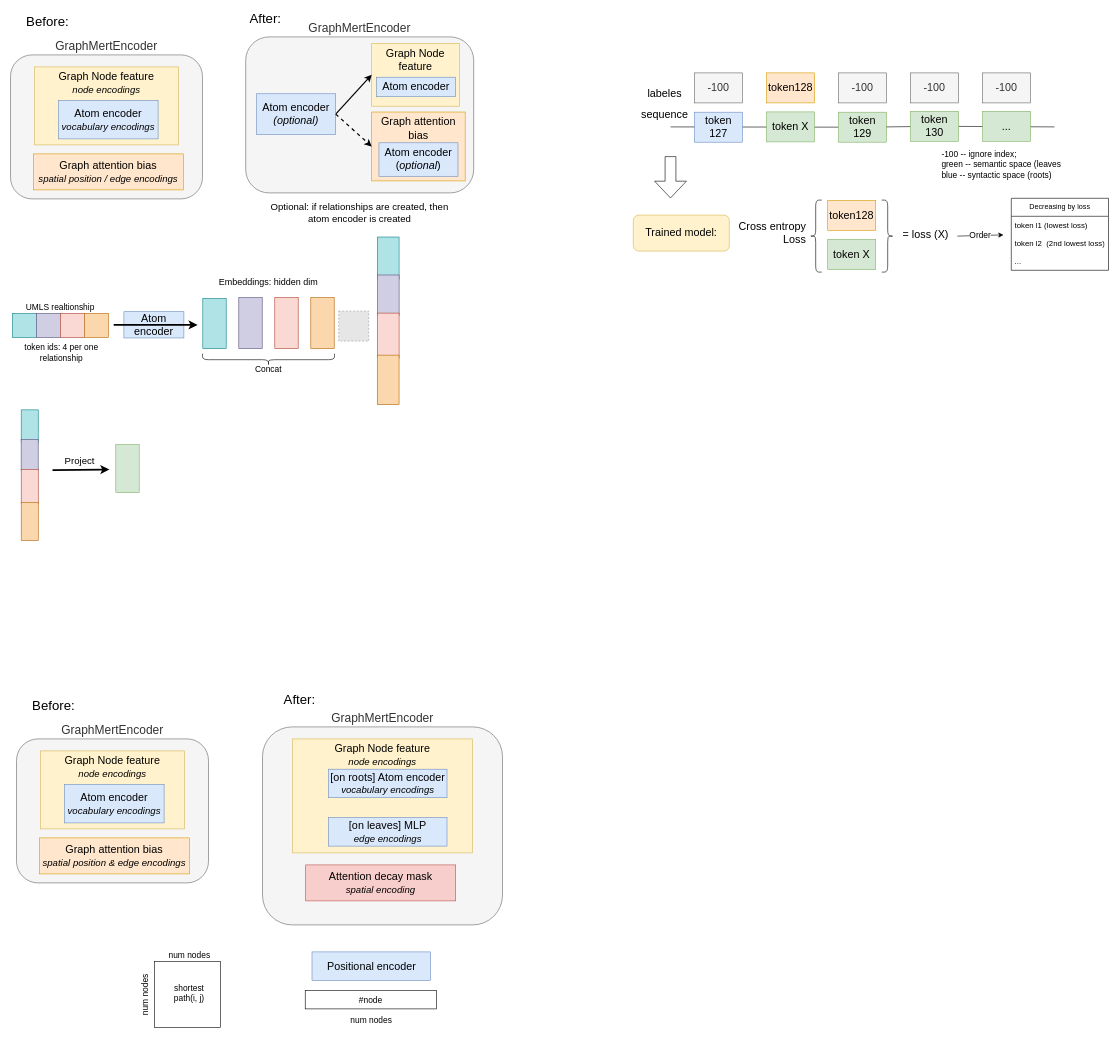
Above: page "Page-1" (1 of 2) of presentations/Untitled Diagram.drawio in across-stars/draw.io (draw.io), before the change. Source tidied: cells renumbered, new cells numbered last; positions are measured from the earlier drawing's top-left corner, leaving out a move shared by most shapes. Both pictures are drawn from the tidied source at 60%, with x=0, y=0 at pixel (10, 10). Pictures stored in the file or linked from it are replaced by grey dashed boxes.
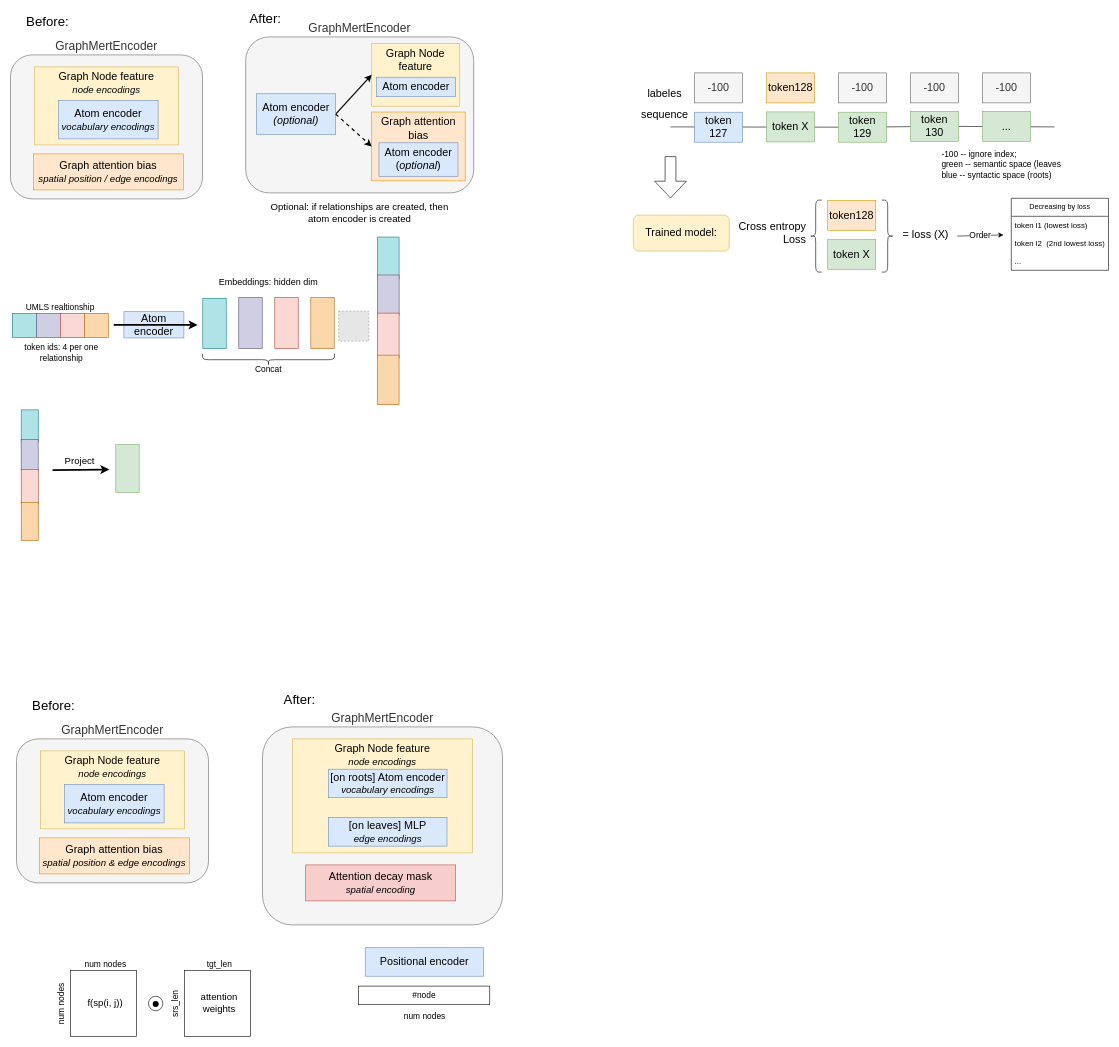
The same page after the edit.

The edit, as a diff of the source:
```diff
@@
     <mxCell id="92" style="group;" parent="1" vertex="1">
-      <mxGeometry x="210" y="1559" width="140" height="135" as="geometry" />
+      <mxGeometry x="70" y="1574" width="140" height="135" as="geometry" />
     </mxCell>
@@
-    <mxCell id="96" value="&lt;font style=&quot;font-size: 14px;&quot;&gt;shortest path(i, j)&lt;/font&gt;" style="text;html=1;align=center;verticalAlign=middle;whiteSpace=wrap;rounded=0;" parent="92" vertex="1">
+    <mxCell id="96" value="&lt;font style=&quot;font-size: 16px;&quot;&gt;f(sp(i, j))&lt;/font&gt;" style="text;html=1;align=center;verticalAlign=middle;whiteSpace=wrap;rounded=0;" parent="92" vertex="1">
       <mxGeometry x="47.5" y="59" width="80" height="40" as="geometry" />
     </mxCell>
     <mxCell id="97" value="&lt;font style=&quot;font-size: 18px;&quot;&gt;Positional encoder&lt;/font&gt;" style="rounded=0;whiteSpace=wrap;html=1;fillColor=#dae8fc;strokeColor=#6c8ebf;" parent="1" vertex="1">
-      <mxGeometry x="502.5" y="1569" width="197.5" height="47.5" as="geometry" />
+      <mxGeometry x="591.2" y="1562" width="197.5" height="47.5" as="geometry" />
     </mxCell>
     <mxCell id="98" value="&lt;font style=&quot;font-size: 14px;&quot;&gt;#node&lt;/font&gt;" style="rounded=0;whiteSpace=wrap;html=1;" parent="1" vertex="1">
-      <mxGeometry x="491.2" y="1633" width="218.8" height="31" as="geometry" />
+      <mxGeometry x="580" y="1626" width="218.8" height="31" as="geometry" />
     </mxCell>
     <mxCell id="99" value="&lt;font style=&quot;font-size: 14px;&quot;&gt;num nodes&lt;/font&gt;" style="text;html=1;align=center;verticalAlign=middle;strokeColor=none;fillColor=none;" parent="1" vertex="1">
-      <mxGeometry x="556.2" y="1668" width="90" height="30" as="geometry" />
+      <mxGeometry x="645" y="1661" width="90" height="30" as="geometry" />
     </mxCell>
+    <mxCell id="100" style="group;" parent="1" vertex="1">
+      <mxGeometry x="260" y="1574" width="140" height="135" as="geometry" />
+    </mxCell>
+    <mxCell id="101" style="whiteSpace=wrap;html=1;" parent="100" vertex="1">
+      <mxGeometry x="30" y="26" width="110" height="110" as="geometry" />
+    </mxCell>
+    <mxCell id="102" value="&lt;font style=&quot;font-size: 14px;&quot;&gt;tgt_len&lt;/font&gt;" style="text;html=1;align=center;verticalAlign=middle;strokeColor=none;fillColor=none;" parent="100" vertex="1">
+      <mxGeometry x="53" width="70" height="30" as="geometry" />
+    </mxCell>
+    <mxCell id="103" value="&lt;font style=&quot;font-size: 14px;&quot;&gt;srs_len&lt;/font&gt;" style="text;html=1;align=center;verticalAlign=middle;strokeColor=none;fillColor=none;rotation=-90;" parent="100" vertex="1">
+      <mxGeometry x="-20" y="67" width="70" height="30" as="geometry" />
+    </mxCell>
+    <mxCell id="104" value="&lt;font style=&quot;font-size: 16px;&quot;&gt;attention weights&lt;/font&gt;" style="text;html=1;align=center;verticalAlign=middle;whiteSpace=wrap;rounded=0;" parent="100" vertex="1">
+      <mxGeometry x="47.5" y="59" width="80" height="40" as="geometry" />
+    </mxCell>
+    <mxCell id="105" style="ellipse;whiteSpace=wrap;html=1;" parent="1" vertex="1">
+      <mxGeometry x="230" y="1643" width="24" height="24" as="geometry" />
+    </mxCell>
+    <mxCell id="106" style="shape=ellipse;fillColor=#000000;strokeColor=none;html=1;sketch=0;" parent="1" vertex="1">
+      <mxGeometry x="237" y="1651" width="10" height="10" as="geometry" />
+    </mxCell>
```
